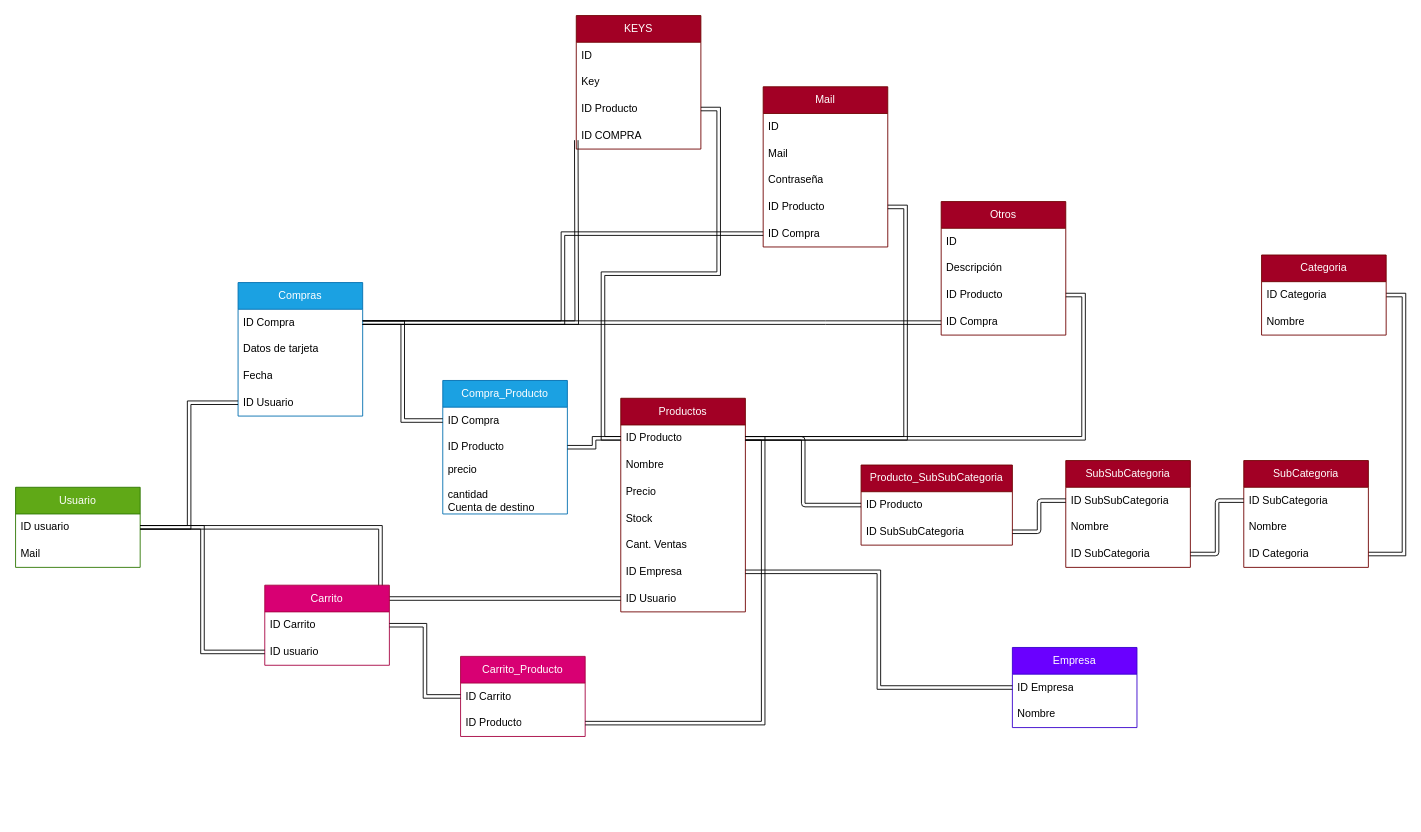
Earlier version of the draw.io diagram Proyecto_E-Commerse/Diagrams/ultimodiagrama.drawio (CodeSystem2022/X-FORCE_Cuarto_Semestre). Source tidied: cells renumbered, new cells numbered last; positions are measured from the earlier drawing's top-left corner, leaving out a move shared by most shapes. Both pictures are drawn from the tidied source at 89%, with x=0, y=0 at pixel (15, 15).
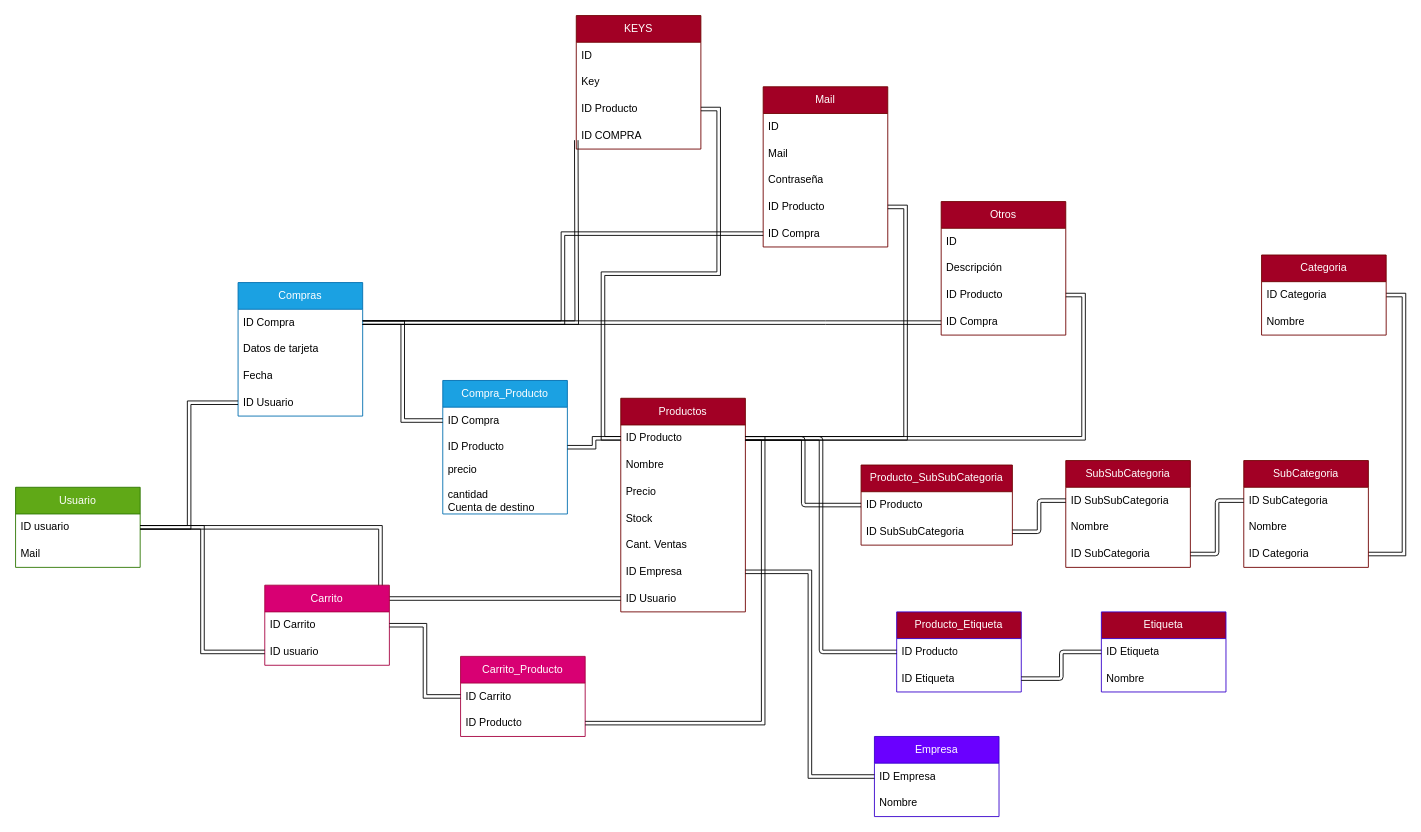
The same page after the edit.

Commit message:
[UML][PRODUCT] Se modifico el uml en la seccion de la aplicacion PRODUCT

The change refers to these unchanged cells:
```xml
<mxCell id="11" value="ID Producto" style="text;strokeColor=none;fillColor=none;align=left;verticalAlign=middle;spacingLeft=4;spacingRight=4;overflow=hidden;points=[[0,0.5],[1,0.5]];portConstraint=eastwest;whiteSpace=wrap;html=1;" parent="10" vertex="1">
  <mxGeometry y="30" width="140" height="30" as="geometry" />
</mxCell>
```

What changed in the source:
```diff
@@
     <mxCell id="43" value="Empresa" style="swimlane;fontStyle=0;horizontal=1;startSize=30;whiteSpace=wrap;html=1;fillColor=#6a00ff;fontColor=#ffffff;strokeColor=#3700CC;" parent="1" vertex="1">
-      <mxGeometry x="1120" y="710" width="140" height="90" as="geometry" />
+      <mxGeometry x="965" y="810" width="140" height="90" as="geometry" />
     </mxCell>
@@
+    <mxCell id="79" value="Etiqueta" style="swimlane;fontStyle=0;horizontal=1;startSize=30;whiteSpace=wrap;html=1;fillColor=#A20025;fontColor=#ffffff;strokeColor=#3700CC;" parent="1" vertex="1">
+      <mxGeometry x="1220" y="670" width="140" height="90" as="geometry" />
+    </mxCell>
+    <mxCell id="80" value="ID Etiqueta" style="text;strokeColor=none;fillColor=none;align=left;verticalAlign=middle;spacingLeft=4;spacingRight=4;overflow=hidden;points=[[0,0.5],[1,0.5]];portConstraint=eastwest;whiteSpace=wrap;html=1;" parent="79" vertex="1">
+      <mxGeometry y="30" width="140" height="30" as="geometry" />
+    </mxCell>
+    <mxCell id="81" value="Nombre" style="text;strokeColor=none;fillColor=none;align=left;verticalAlign=middle;spacingLeft=4;spacingRight=4;overflow=hidden;whiteSpace=wrap;html=1;" parent="79" vertex="1">
+      <mxGeometry y="60" width="140" height="30" as="geometry" />
+    </mxCell>
+    <mxCell id="82" value="Producto_Etiqueta" style="swimlane;fontStyle=0;horizontal=1;startSize=30;whiteSpace=wrap;html=1;fillColor=#A20025;fontColor=#ffffff;strokeColor=#3700CC;" parent="1" vertex="1">
+      <mxGeometry x="990" y="670" width="140" height="90" as="geometry" />
+    </mxCell>
+    <mxCell id="83" value="ID Producto" style="text;strokeColor=none;fillColor=none;align=left;verticalAlign=middle;spacingLeft=4;spacingRight=4;overflow=hidden;points=[[0,0.5],[1,0.5]];portConstraint=eastwest;whiteSpace=wrap;html=1;" parent="82" vertex="1">
+      <mxGeometry y="30" width="140" height="30" as="geometry" />
+    </mxCell>
+    <mxCell id="84" value="ID Etiqueta" style="text;strokeColor=none;fillColor=none;align=left;verticalAlign=middle;spacingLeft=4;spacingRight=4;overflow=hidden;points=[[0,0.5],[1,0.5]];portConstraint=eastwest;whiteSpace=wrap;html=1;" parent="82" vertex="1">
+      <mxGeometry y="60" width="140" height="30" as="geometry" />
+    </mxCell>
+    <mxCell id="85" style="html=1;entryX=0;entryY=0.5;entryDx=0;entryDy=0;shape=link;edgeStyle=orthogonalEdgeStyle;" parent="1" edge="1" source="84" target="80">
+      <mxGeometry relative="1" as="geometry" />
+    </mxCell>
+    <mxCell id="86" style="edgeStyle=orthogonalEdgeStyle;shape=link;html=1;entryX=1;entryY=0.5;entryDx=0;entryDy=0;" parent="1" edge="1" source="83" target="11">
+      <mxGeometry relative="1" as="geometry" />
+    </mxCell>
```
